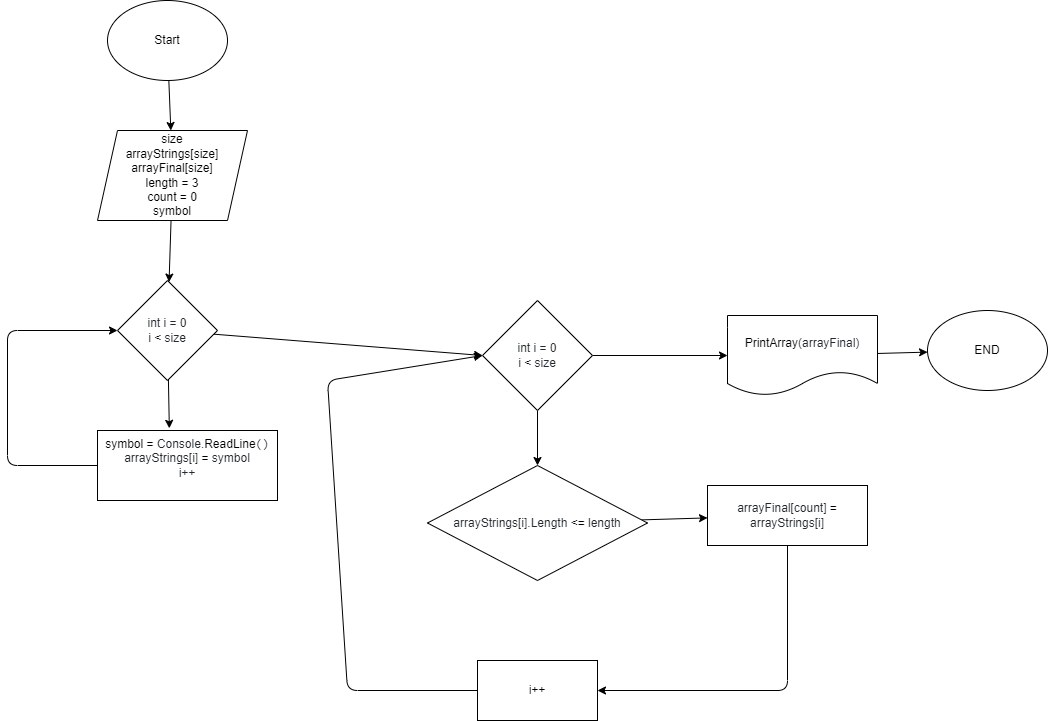
Before: scheme.drawio.png, a diagram exported from draw.io (roma8668/Final). Source tidied: cells renumbered, new cells last; positions are measured from the earlier drawing's top-left corner, leaving out a move shared by most shapes.
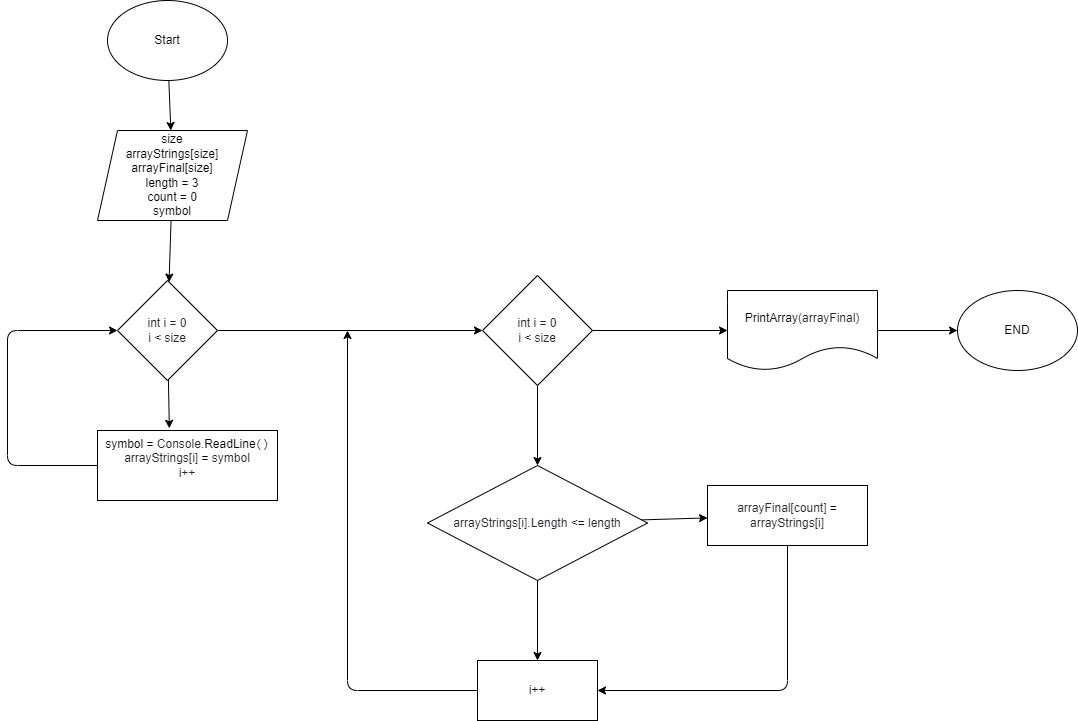
The same file after the commit.

Diff of the diagram source:
```diff
@@ -41,11 +41,14 @@
       <mxGeometry relative="1" as="geometry" />
     </mxCell>
     <mxCell id="13" value="&lt;span class=&quot;pl-smi&quot; style=&quot;box-sizing: border-box ; color: rgb(36 , 41 , 47) ; font-family: , , &amp;#34;sf mono&amp;#34; , &amp;#34;menlo&amp;#34; , &amp;#34;consolas&amp;#34; , &amp;#34;liberation mono&amp;#34; , monospace ; background-color: rgb(255 , 255 , 255)&quot;&gt;&lt;span class=&quot;pl-k&quot; style=&quot;box-sizing: border-box ; font-family: , , &amp;#34;sf mono&amp;#34; , &amp;#34;menlo&amp;#34; , &amp;#34;consolas&amp;#34; , &amp;#34;liberation mono&amp;#34; , monospace&quot;&gt;int&lt;/span&gt;&lt;span style=&quot;font-family: , , &amp;#34;sf mono&amp;#34; , &amp;#34;menlo&amp;#34; , &amp;#34;consolas&amp;#34; , &amp;#34;liberation mono&amp;#34; , monospace&quot;&gt; &lt;/span&gt;&lt;span class=&quot;pl-en&quot; style=&quot;box-sizing: border-box ; font-family: , , &amp;#34;sf mono&amp;#34; , &amp;#34;menlo&amp;#34; , &amp;#34;consolas&amp;#34; , &amp;#34;liberation mono&amp;#34; , monospace&quot;&gt;i&lt;/span&gt;&lt;span style=&quot;font-family: , , &amp;#34;sf mono&amp;#34; , &amp;#34;menlo&amp;#34; , &amp;#34;consolas&amp;#34; , &amp;#34;liberation mono&amp;#34; , monospace&quot;&gt; &lt;/span&gt;&lt;span class=&quot;pl-k&quot; style=&quot;box-sizing: border-box ; font-family: , , &amp;#34;sf mono&amp;#34; , &amp;#34;menlo&amp;#34; , &amp;#34;consolas&amp;#34; , &amp;#34;liberation mono&amp;#34; , monospace&quot;&gt;=&lt;/span&gt;&lt;span style=&quot;font-family: , , &amp;#34;sf mono&amp;#34; , &amp;#34;menlo&amp;#34; , &amp;#34;consolas&amp;#34; , &amp;#34;liberation mono&amp;#34; , monospace&quot;&gt; &lt;/span&gt;&lt;span class=&quot;pl-c1&quot; style=&quot;box-sizing: border-box ; font-family: , , &amp;#34;sf mono&amp;#34; , &amp;#34;menlo&amp;#34; , &amp;#34;consolas&amp;#34; , &amp;#34;liberation mono&amp;#34; , monospace&quot;&gt;0&lt;br&gt;&lt;/span&gt;i&lt;/span&gt;&lt;span style=&quot;color: rgb(36 , 41 , 47) ; font-family: , , &amp;#34;sf mono&amp;#34; , &amp;#34;menlo&amp;#34; , &amp;#34;consolas&amp;#34; , &amp;#34;liberation mono&amp;#34; , monospace ; background-color: rgb(255 , 255 , 255)&quot;&gt; &lt;/span&gt;&lt;span class=&quot;pl-k&quot; style=&quot;box-sizing: border-box ; font-family: , , &amp;#34;sf mono&amp;#34; , &amp;#34;menlo&amp;#34; , &amp;#34;consolas&amp;#34; , &amp;#34;liberation mono&amp;#34; , monospace ; background-color: rgb(255 , 255 , 255)&quot;&gt;&amp;lt;&lt;/span&gt;&lt;span style=&quot;color: rgb(36 , 41 , 47) ; font-family: , , &amp;#34;sf mono&amp;#34; , &amp;#34;menlo&amp;#34; , &amp;#34;consolas&amp;#34; , &amp;#34;liberation mono&amp;#34; , monospace ; background-color: rgb(255 , 255 , 255)&quot;&gt; &lt;/span&gt;&lt;span class=&quot;pl-smi&quot; style=&quot;box-sizing: border-box ; color: rgb(36 , 41 , 47) ; font-family: , , &amp;#34;sf mono&amp;#34; , &amp;#34;menlo&amp;#34; , &amp;#34;consolas&amp;#34; , &amp;#34;liberation mono&amp;#34; , monospace ; background-color: rgb(255 , 255 , 255)&quot;&gt;size&lt;/span&gt;" style="rhombus;whiteSpace=wrap;html=1;" parent="1" vertex="1">
-      <mxGeometry x="475" y="300" width="110" height="110" as="geometry" />
+      <mxGeometry x="475" y="275" width="110" height="110" as="geometry" />
     </mxCell>
     <mxCell id="14" style="edgeStyle=none;html=1;" parent="1" edge="1" source="15" target="17">
       <mxGeometry relative="1" as="geometry" />
     </mxCell>
+    <mxCell id="23" style="edgeStyle=none;html=1;" parent="1" edge="1" source="15" target="19">
+      <mxGeometry relative="1" as="geometry" />
+    </mxCell>
     <mxCell id="15" value="&lt;span class=&quot;pl-smi&quot; style=&quot;box-sizing: border-box ; color: rgb(36 , 41 , 47) ; font-family: , , &amp;#34;sf mono&amp;#34; , &amp;#34;menlo&amp;#34; , &amp;#34;consolas&amp;#34; , &amp;#34;liberation mono&amp;#34; , monospace ; background-color: rgb(255 , 255 , 255)&quot;&gt;arrayStrings&lt;/span&gt;&lt;span style=&quot;color: rgb(36 , 41 , 47) ; font-family: , , &amp;#34;sf mono&amp;#34; , &amp;#34;menlo&amp;#34; , &amp;#34;consolas&amp;#34; , &amp;#34;liberation mono&amp;#34; , monospace ; background-color: rgb(255 , 255 , 255)&quot;&gt;[&lt;/span&gt;&lt;span class=&quot;pl-smi&quot; style=&quot;box-sizing: border-box ; color: rgb(36 , 41 , 47) ; font-family: , , &amp;#34;sf mono&amp;#34; , &amp;#34;menlo&amp;#34; , &amp;#34;consolas&amp;#34; , &amp;#34;liberation mono&amp;#34; , monospace ; background-color: rgb(255 , 255 , 255)&quot;&gt;i&lt;/span&gt;&lt;span style=&quot;color: rgb(36 , 41 , 47) ; font-family: , , &amp;#34;sf mono&amp;#34; , &amp;#34;menlo&amp;#34; , &amp;#34;consolas&amp;#34; , &amp;#34;liberation mono&amp;#34; , monospace ; background-color: rgb(255 , 255 , 255)&quot;&gt;].&lt;/span&gt;&lt;span class=&quot;pl-smi&quot; style=&quot;box-sizing: border-box ; color: rgb(36 , 41 , 47) ; font-family: , , &amp;#34;sf mono&amp;#34; , &amp;#34;menlo&amp;#34; , &amp;#34;consolas&amp;#34; , &amp;#34;liberation mono&amp;#34; , monospace ; background-color: rgb(255 , 255 , 255)&quot;&gt;Length&lt;/span&gt;&lt;span style=&quot;color: rgb(36 , 41 , 47) ; font-family: , , &amp;#34;sf mono&amp;#34; , &amp;#34;menlo&amp;#34; , &amp;#34;consolas&amp;#34; , &amp;#34;liberation mono&amp;#34; , monospace ; background-color: rgb(255 , 255 , 255)&quot;&gt; &lt;/span&gt;&lt;span class=&quot;pl-k&quot; style=&quot;box-sizing: border-box ; font-family: , , &amp;#34;sf mono&amp;#34; , &amp;#34;menlo&amp;#34; , &amp;#34;consolas&amp;#34; , &amp;#34;liberation mono&amp;#34; , monospace ; background-color: rgb(255 , 255 , 255)&quot;&gt;&amp;lt;=&lt;/span&gt;&lt;span style=&quot;color: rgb(36 , 41 , 47) ; font-family: , , &amp;#34;sf mono&amp;#34; , &amp;#34;menlo&amp;#34; , &amp;#34;consolas&amp;#34; , &amp;#34;liberation mono&amp;#34; , monospace ; background-color: rgb(255 , 255 , 255)&quot;&gt; &lt;/span&gt;&lt;span class=&quot;pl-smi&quot; style=&quot;box-sizing: border-box ; color: rgb(36 , 41 , 47) ; font-family: , , &amp;#34;sf mono&amp;#34; , &amp;#34;menlo&amp;#34; , &amp;#34;consolas&amp;#34; , &amp;#34;liberation mono&amp;#34; , monospace ; background-color: rgb(255 , 255 , 255)&quot;&gt;length&lt;/span&gt;" style="rhombus;whiteSpace=wrap;html=1;" parent="1" vertex="1">
       <mxGeometry x="420" y="465" width="220" height="115" as="geometry" />
     </mxCell>
@@ -59,11 +62,11 @@
     <mxCell id="17" value="&lt;span class=&quot;pl-smi&quot; style=&quot;box-sizing: border-box ; color: rgb(36 , 41 , 47) ; font-family: , , &amp;#34;sf mono&amp;#34; , &amp;#34;menlo&amp;#34; , &amp;#34;consolas&amp;#34; , &amp;#34;liberation mono&amp;#34; , monospace ; background-color: rgb(255 , 255 , 255)&quot;&gt;arrayFinal&lt;/span&gt;&lt;span style=&quot;color: rgb(36 , 41 , 47) ; font-family: , , &amp;#34;sf mono&amp;#34; , &amp;#34;menlo&amp;#34; , &amp;#34;consolas&amp;#34; , &amp;#34;liberation mono&amp;#34; , monospace ; background-color: rgb(255 , 255 , 255)&quot;&gt;[&lt;/span&gt;&lt;span class=&quot;pl-smi&quot; style=&quot;box-sizing: border-box ; color: rgb(36 , 41 , 47) ; font-family: , , &amp;#34;sf mono&amp;#34; , &amp;#34;menlo&amp;#34; , &amp;#34;consolas&amp;#34; , &amp;#34;liberation mono&amp;#34; , monospace ; background-color: rgb(255 , 255 , 255)&quot;&gt;count&lt;/span&gt;&lt;span style=&quot;color: rgb(36 , 41 , 47) ; font-family: , , &amp;#34;sf mono&amp;#34; , &amp;#34;menlo&amp;#34; , &amp;#34;consolas&amp;#34; , &amp;#34;liberation mono&amp;#34; , monospace ; background-color: rgb(255 , 255 , 255)&quot;&gt;] &lt;/span&gt;&lt;span class=&quot;pl-k&quot; style=&quot;box-sizing: border-box ; font-family: , , &amp;#34;sf mono&amp;#34; , &amp;#34;menlo&amp;#34; , &amp;#34;consolas&amp;#34; , &amp;#34;liberation mono&amp;#34; , monospace ; background-color: rgb(255 , 255 , 255)&quot;&gt;=&lt;/span&gt;&lt;span style=&quot;color: rgb(36 , 41 , 47) ; font-family: , , &amp;#34;sf mono&amp;#34; , &amp;#34;menlo&amp;#34; , &amp;#34;consolas&amp;#34; , &amp;#34;liberation mono&amp;#34; , monospace ; background-color: rgb(255 , 255 , 255)&quot;&gt; &lt;/span&gt;&lt;span class=&quot;pl-smi&quot; style=&quot;box-sizing: border-box ; color: rgb(36 , 41 , 47) ; font-family: , , &amp;#34;sf mono&amp;#34; , &amp;#34;menlo&amp;#34; , &amp;#34;consolas&amp;#34; , &amp;#34;liberation mono&amp;#34; , monospace ; background-color: rgb(255 , 255 , 255)&quot;&gt;arrayStrings&lt;/span&gt;&lt;span style=&quot;color: rgb(36 , 41 , 47) ; font-family: , , &amp;#34;sf mono&amp;#34; , &amp;#34;menlo&amp;#34; , &amp;#34;consolas&amp;#34; , &amp;#34;liberation mono&amp;#34; , monospace ; background-color: rgb(255 , 255 , 255)&quot;&gt;[&lt;/span&gt;&lt;span class=&quot;pl-smi&quot; style=&quot;box-sizing: border-box ; color: rgb(36 , 41 , 47) ; font-family: , , &amp;#34;sf mono&amp;#34; , &amp;#34;menlo&amp;#34; , &amp;#34;consolas&amp;#34; , &amp;#34;liberation mono&amp;#34; , monospace ; background-color: rgb(255 , 255 , 255)&quot;&gt;i&lt;/span&gt;&lt;span style=&quot;color: rgb(36 , 41 , 47) ; font-family: , , &amp;#34;sf mono&amp;#34; , &amp;#34;menlo&amp;#34; , &amp;#34;consolas&amp;#34; , &amp;#34;liberation mono&amp;#34; , monospace ; background-color: rgb(255 , 255 , 255)&quot;&gt;]&lt;/span&gt;" style="rounded=0;whiteSpace=wrap;html=1;" parent="1" vertex="1">
       <mxGeometry x="700" y="485" width="160" height="60" as="geometry" />
     </mxCell>
-    <mxCell id="18" style="edgeStyle=none;html=1;entryX=0;entryY=0.5;entryDx=0;entryDy=0;exitX=0;exitY=0.5;exitDx=0;exitDy=0;" parent="1" edge="1" source="19" target="13">
+    <mxCell id="18" style="edgeStyle=none;html=1;exitX=0;exitY=0.5;exitDx=0;exitDy=0;" parent="1" edge="1" source="19">
       <mxGeometry relative="1" as="geometry">
+        <mxPoint x="340" y="330" as="targetPoint" />
         <Array as="points">
           <mxPoint x="340" y="690" />
-          <mxPoint x="320" y="380" />
         </Array>
       </mxGeometry>
     </mxCell>
@@ -74,10 +77,10 @@
       <mxGeometry relative="1" as="geometry" />
     </mxCell>
     <mxCell id="21" value="&lt;span class=&quot;pl-en&quot; style=&quot;box-sizing: border-box ; font-family: , , &amp;#34;sf mono&amp;#34; , &amp;#34;menlo&amp;#34; , &amp;#34;consolas&amp;#34; , &amp;#34;liberation mono&amp;#34; , monospace ; background-color: rgb(255 , 255 , 255)&quot;&gt;PrintArray&lt;/span&gt;&lt;span style=&quot;color: rgb(36 , 41 , 47) ; font-family: , , &amp;#34;sf mono&amp;#34; , &amp;#34;menlo&amp;#34; , &amp;#34;consolas&amp;#34; , &amp;#34;liberation mono&amp;#34; , monospace ; background-color: rgb(255 , 255 , 255)&quot;&gt;(&lt;/span&gt;&lt;span class=&quot;pl-smi&quot; style=&quot;box-sizing: border-box ; color: rgb(36 , 41 , 47) ; font-family: , , &amp;#34;sf mono&amp;#34; , &amp;#34;menlo&amp;#34; , &amp;#34;consolas&amp;#34; , &amp;#34;liberation mono&amp;#34; , monospace ; background-color: rgb(255 , 255 , 255)&quot;&gt;arrayFinal&lt;/span&gt;&lt;span style=&quot;color: rgb(36 , 41 , 47) ; font-family: , , &amp;#34;sf mono&amp;#34; , &amp;#34;menlo&amp;#34; , &amp;#34;consolas&amp;#34; , &amp;#34;liberation mono&amp;#34; , monospace ; background-color: rgb(255 , 255 , 255)&quot;&gt;)&lt;/span&gt;" style="shape=document;whiteSpace=wrap;html=1;boundedLbl=1;" parent="1" vertex="1">
-      <mxGeometry x="720" y="315" width="150" height="80" as="geometry" />
+      <mxGeometry x="720" y="290" width="150" height="80" as="geometry" />
     </mxCell>
     <mxCell id="22" value="END" style="ellipse;whiteSpace=wrap;html=1;" parent="1" vertex="1">
-      <mxGeometry x="920" y="310" width="120" height="80" as="geometry" />
+      <mxGeometry x="950" y="290" width="120" height="80" as="geometry" />
     </mxCell>
   </root>
 </mxGraphModel>
```
